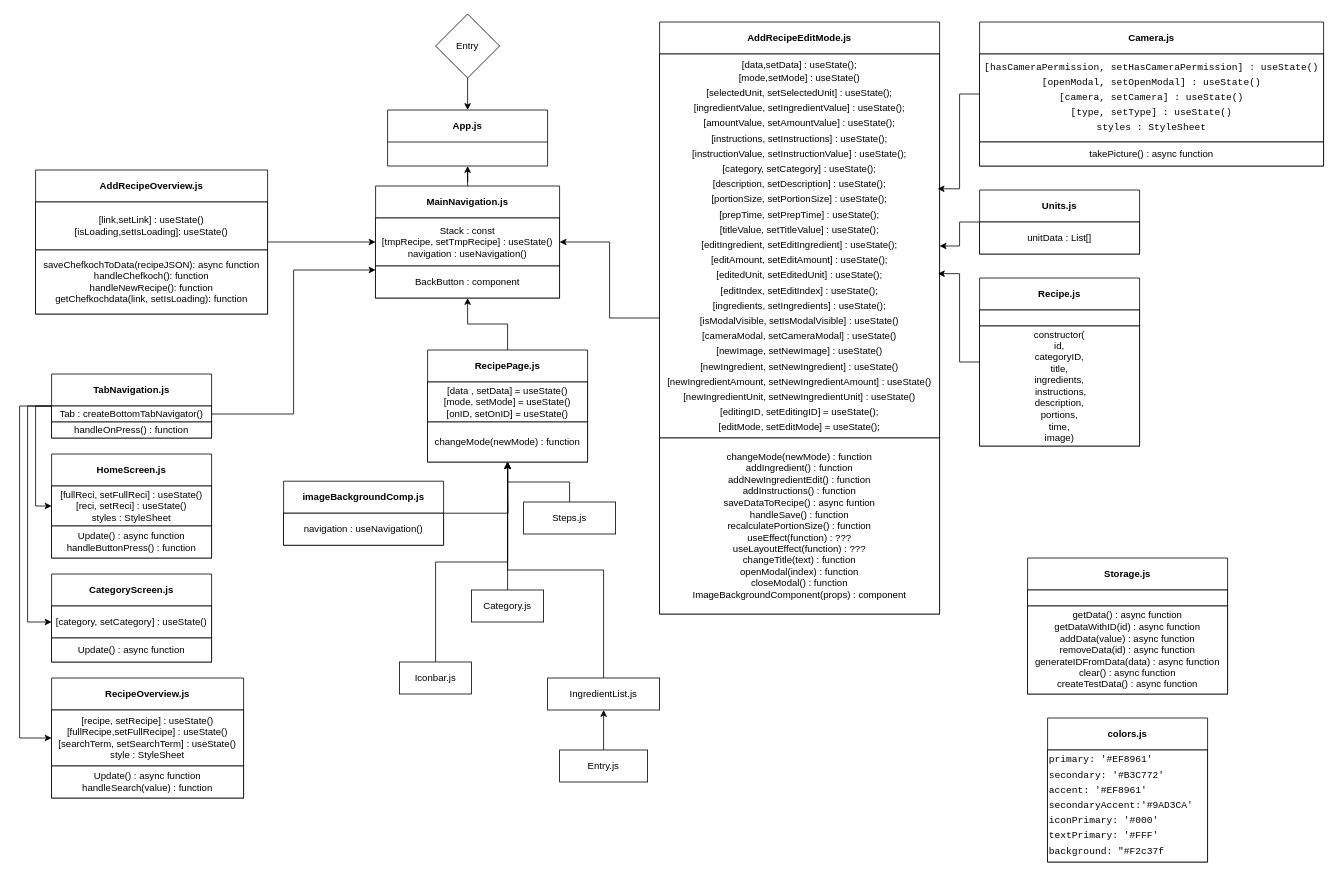
Before: Unbenanntes Diagramm.drawio in XDether/Ideen, a draw.io diagram. Source tidied: cells renumbered, new cells numbered last; positions are measured from the earlier drawing's top-left corner, leaving out a move shared by most shapes. Both pictures are drawn from the tidied source at 80%, with x=0, y=0 at pixel (19, 14).
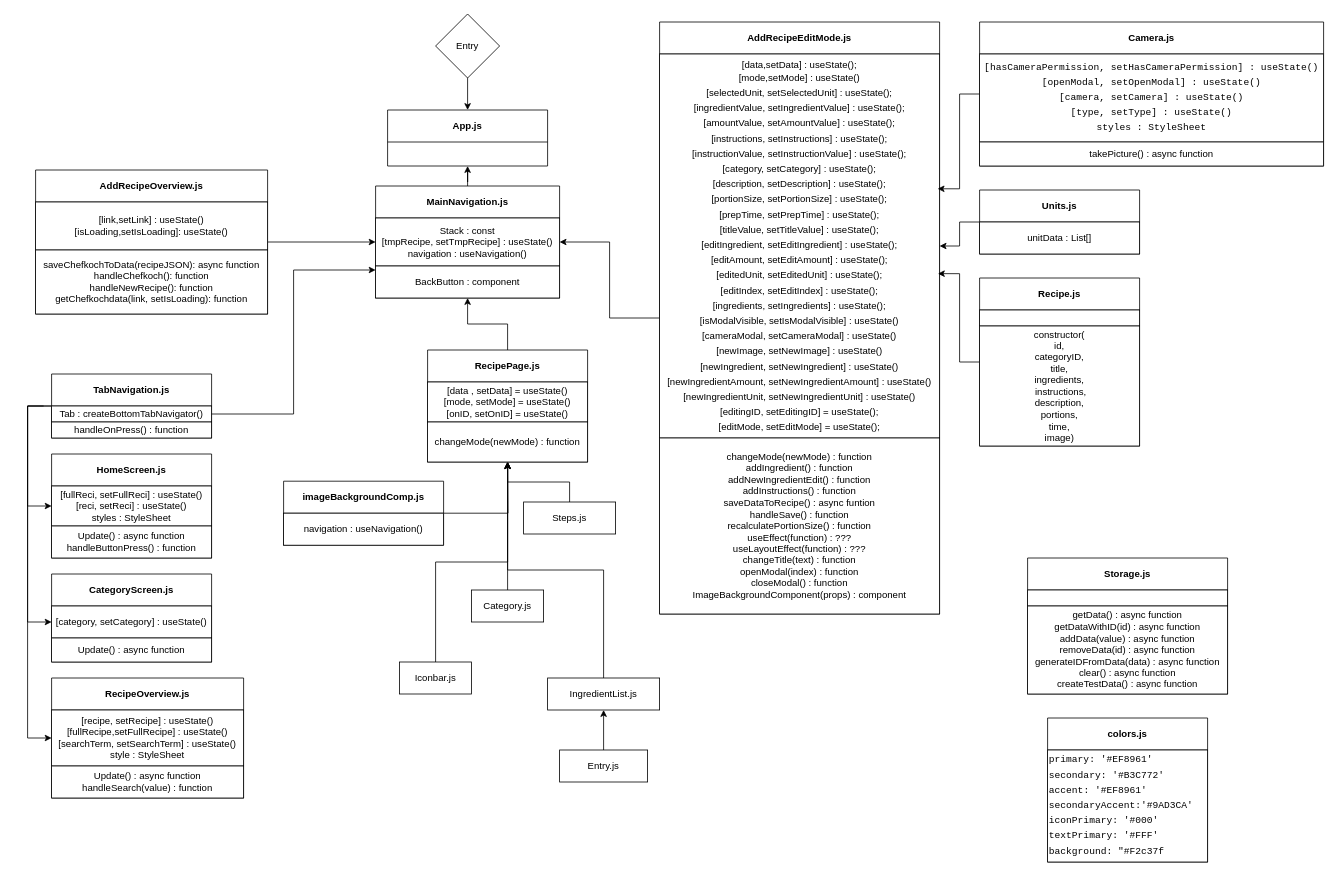
The same page after the edit.

The change refers to these unchanged cells:
```xml
<mxCell id="10" value="&lt;div&gt;TabNavigation.js&lt;/div&gt;" style="swimlane;whiteSpace=wrap;html=1;startSize=40;" parent="1" vertex="1">
  <mxGeometry x="40" y="450" width="200" height="80" as="geometry" />
</mxCell>
<mxCell id="25" value="&lt;div&gt;HomeScreen.js&lt;/div&gt;" style="swimlane;whiteSpace=wrap;html=1;startSize=40;" parent="1" vertex="1">
  <mxGeometry x="40" y="550" width="200" height="130" as="geometry" />
</mxCell>
<mxCell id="26" value="&lt;div&gt;[fullReci, setFullReci] : useState()&lt;/div&gt;&lt;div&gt;[reci, setReci] : useState()&lt;br&gt;&lt;/div&gt;&lt;div&gt;styles : StyleSheet&lt;br&gt;&lt;/div&gt;" style="rounded=0;whiteSpace=wrap;html=1;" parent="25" vertex="1">
  <mxGeometry y="40" width="200" height="50" as="geometry" />
</mxCell>
<mxCell id="28" value="&lt;div&gt;RecipeOverview.js&lt;/div&gt;" style="swimlane;whiteSpace=wrap;html=1;startSize=40;" parent="1" vertex="1">
  <mxGeometry x="40" y="830" width="240" height="150" as="geometry" />
</mxCell>
```

Diff of the diagram source:
```diff
@@
-    <mxCell id="7" style="edgeStyle=orthogonalEdgeStyle;rounded=0;jettySize=auto;html=1;entryX=0;entryY=0.5;entryDx=0;entryDy=0;" parent="1" edge="1" source="10" target="25">
+    <mxCell id="7" style="edgeStyle=orthogonalEdgeStyle;rounded=0;jettySize=auto;html=1;entryX=0;entryY=0.5;entryDx=0;entryDy=0;" parent="1" edge="1" target="26">
       <mxGeometry relative="1" as="geometry">
+        <mxPoint x="30" y="490" as="sourcePoint" />
         <Array as="points">
-          <mxPoint x="20" y="490" />
-          <mxPoint x="20" y="615" />
+          <mxPoint x="10" y="490" />
+          <mxPoint x="10" y="615" />
         </Array>
       </mxGeometry>
     </mxCell>
@@
-    <mxCell id="9" style="edgeStyle=orthogonalEdgeStyle;rounded=0;jettySize=auto;html=1;entryX=0;entryY=0.5;entryDx=0;entryDy=0;" parent="1" edge="1" source="10" target="28">
+    <mxCell id="9" style="edgeStyle=orthogonalEdgeStyle;rounded=0;jettySize=auto;html=1;entryX=0;entryY=0.5;entryDx=0;entryDy=0;" parent="1" edge="1" target="28">
       <mxGeometry relative="1" as="geometry">
+        <mxPoint x="50" y="490" as="sourcePoint" />
         <Array as="points">
-          <mxPoint y="490" />
-          <mxPoint y="905" />
+          <mxPoint x="10" y="490" />
+          <mxPoint x="10" y="905" />
         </Array>
       </mxGeometry>
     </mxCell>
```
